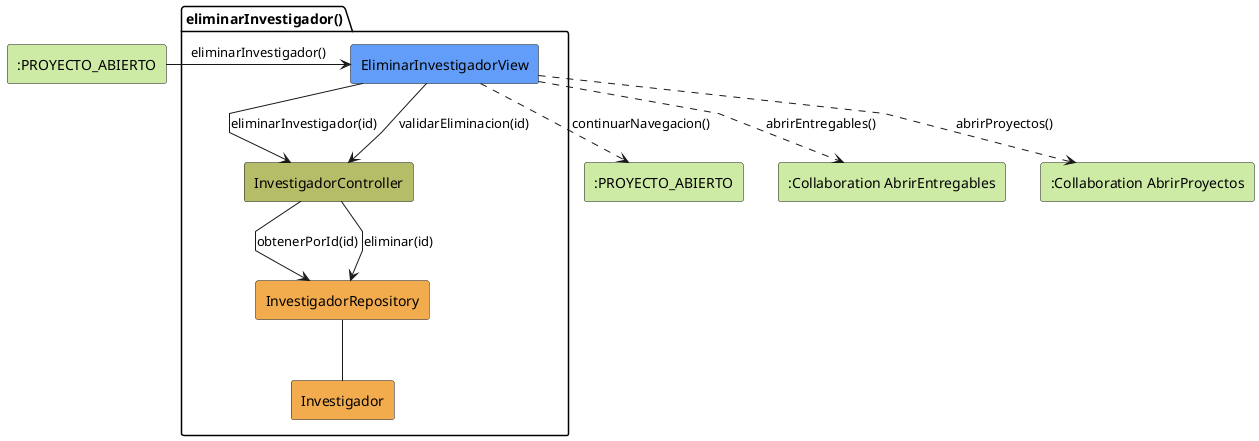
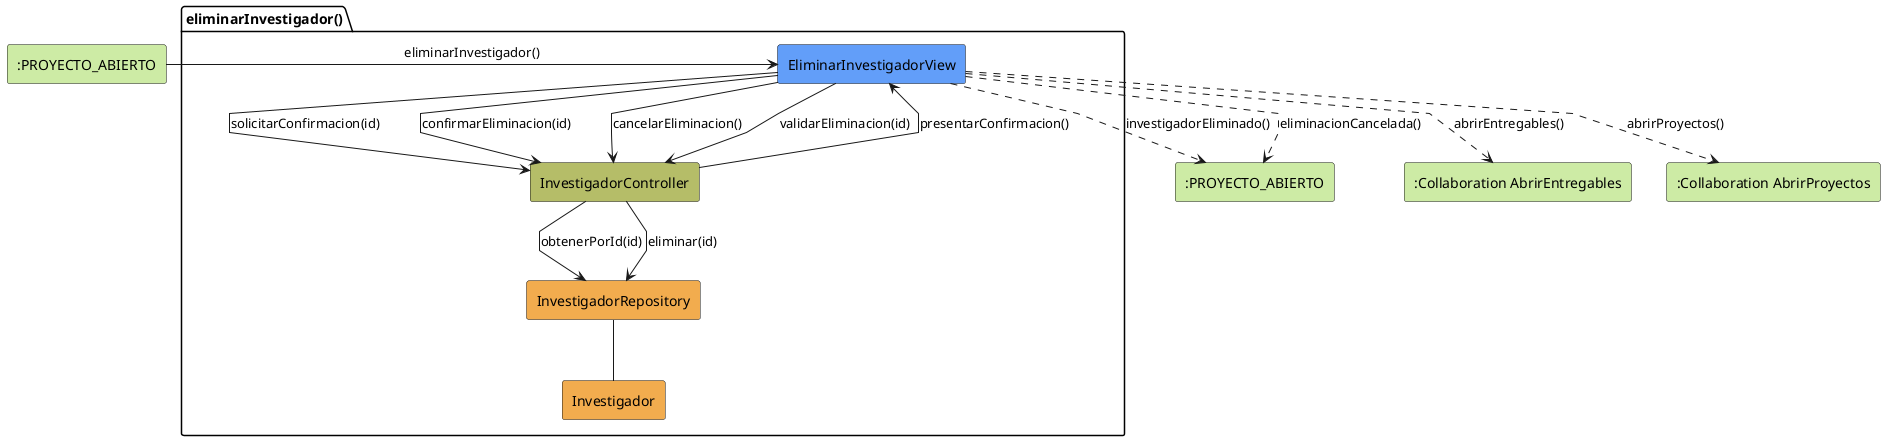
@startuml eliminarInvestigador-analisis
skinparam linetype polyline

rectangle #CDEBA5 ":PROYECTO_ABIERTO" as EstadoEntrada
package eliminarInvestigador as "eliminarInvestigador()" {
    rectangle #629EF9 EliminarInvestigadorView
    rectangle #b5bd68 InvestigadorController
    rectangle #F2AC4E InvestigadorRepository
    rectangle #F2AC4E Investigador
}

rectangle #CDEBA5 ":PROYECTO_ABIERTO" as EstadoSalida
rectangle #CDEBA5 ":Collaboration AbrirEntregables" as AbrirEntregables
rectangle #CDEBA5 ":Collaboration AbrirProyectos" as AbrirProyectos

EstadoEntrada -r-> EliminarInvestigadorView: eliminarInvestigador()

- EliminarInvestigadorView -d-> InvestigadorController: eliminarInvestigador(id)
+ EliminarInvestigadorView -d-> InvestigadorController: solicitarConfirmacion(id)
+ InvestigadorController --> EliminarInvestigadorView: presentarConfirmacion()
+ EliminarInvestigadorView --> InvestigadorController: confirmarEliminacion(id)
+ EliminarInvestigadorView --> InvestigadorController: cancelarEliminacion()
EliminarInvestigadorView --> InvestigadorController: validarEliminacion(id)
InvestigadorController --> InvestigadorRepository: obtenerPorId(id)
InvestigadorController --> InvestigadorRepository: eliminar(id)
InvestigadorRepository -- Investigador
- EliminarInvestigadorView ..> EstadoSalida: continuarNavegacion()
+ EliminarInvestigadorView ..> EstadoSalida: investigadorEliminado()
+ EliminarInvestigadorView ..> EstadoSalida: eliminacionCancelada()
EliminarInvestigadorView ..> AbrirEntregables: abrirEntregables()
EliminarInvestigadorView ..> AbrirProyectos: abrirProyectos()

@enduml
